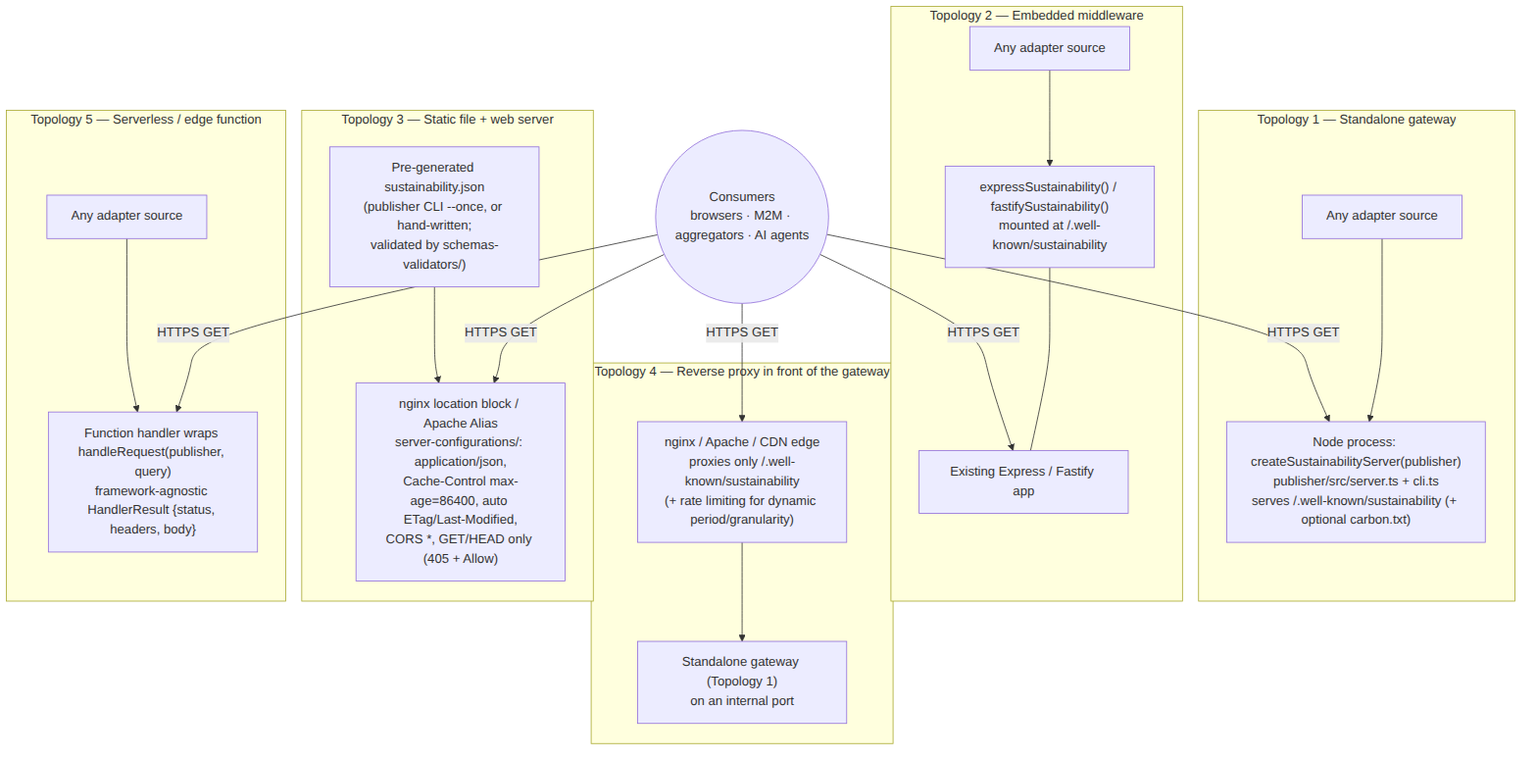
Earlier version of the Mermaid export architecture/images/deployment.png (andreibesleaga/rfc-sustainability-wellknown). Its source is kept beside it as architecture/diagrams/deployment.mmd.
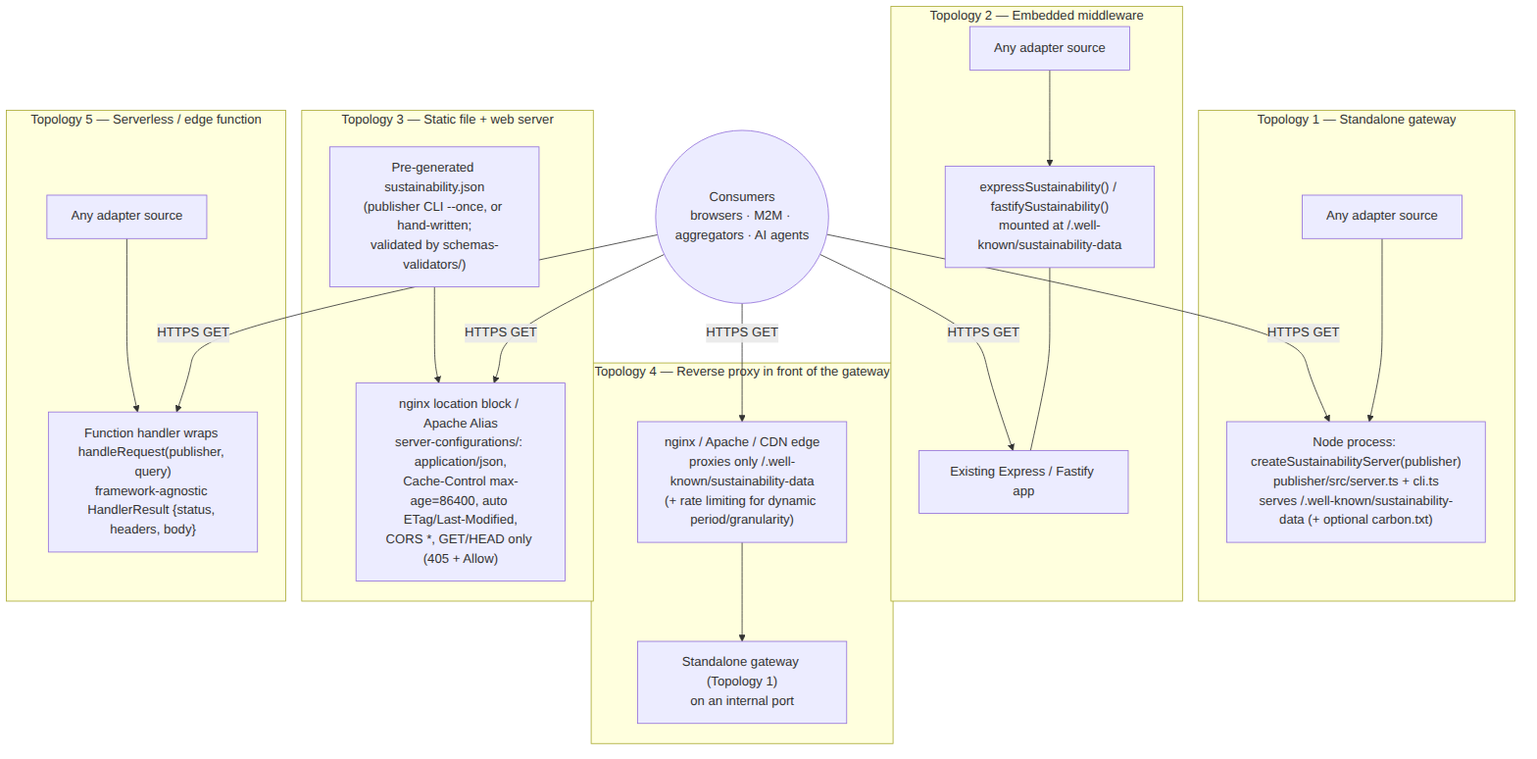
Above is the later version.

Diff of the diagram source:
```diff
@@ -2,14 +2,14 @@
     CLIENT(("Consumers<br/>browsers · M2M · aggregators · AI agents"))
 
     subgraph T1["Topology 1 — Standalone gateway"]
-        SA["Node process: createSustainabilityServer(publisher)<br/>publisher/src/server.ts + cli.ts<br/>serves /.well-known/sustainability (+ optional carbon.txt)"]
+        SA["Node process: createSustainabilityServer(publisher)<br/>publisher/src/server.ts + cli.ts<br/>serves /.well-known/sustainability-data (+ optional carbon.txt)"]
         SRC1["Any adapter source"]
         SRC1 --> SA
     end
 
     subgraph T2["Topology 2 — Embedded middleware"]
         APP2["Existing Express / Fastify app"]
-        MW["expressSustainability() / fastifySustainability()<br/>mounted at /.well-known/sustainability"]
+        MW["expressSustainability() / fastifySustainability()<br/>mounted at /.well-known/sustainability-data"]
         SRC2["Any adapter source"]
         SRC2 --> MW
         MW --- APP2
@@ -22,7 +22,7 @@
     end
 
     subgraph T4["Topology 4 — Reverse proxy in front of the gateway"]
-        RP["nginx / Apache / CDN edge<br/>proxies only /.well-known/sustainability<br/>(+ rate limiting for dynamic period/granularity)"]
+        RP["nginx / Apache / CDN edge<br/>proxies only /.well-known/sustainability-data<br/>(+ rate limiting for dynamic period/granularity)"]
         GW4["Standalone gateway (Topology 1)<br/>on an internal port"]
         RP --> GW4
     end
```
